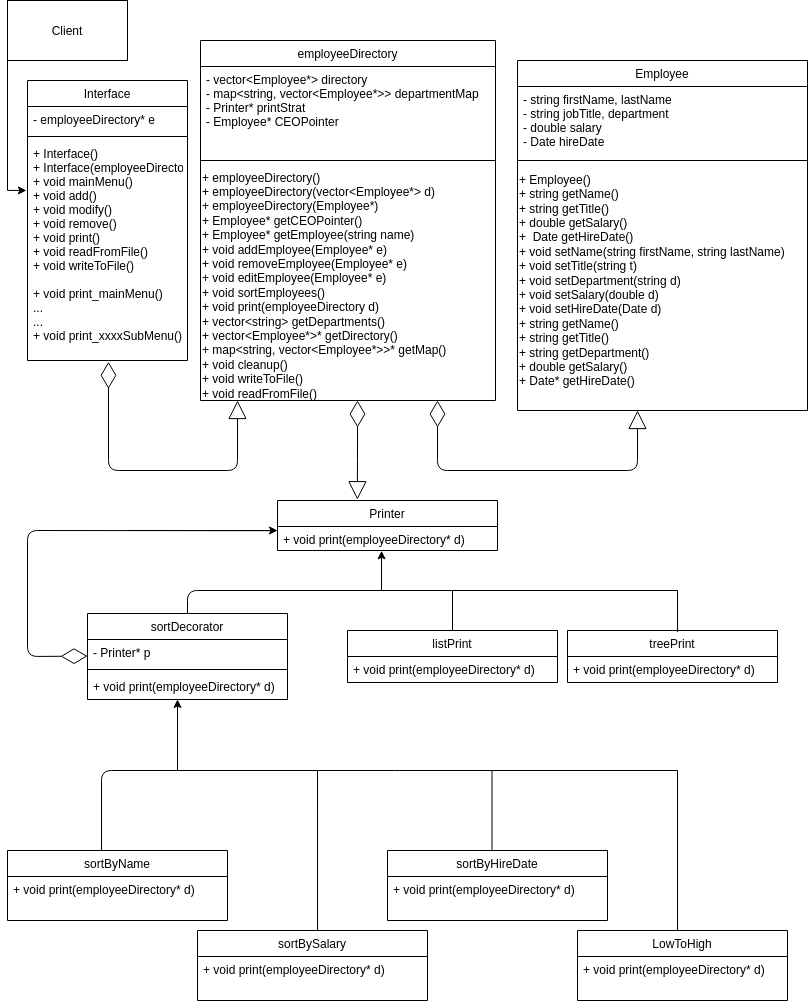
davids598/EmployeeDirectoryProgram keeps this draw.io diagram as images/final_diagram.png. Above is the earlier version. Source tidied: cells renumbered, new cells last; positions are measured from the earlier drawing's top-left corner, leaving out a move shared by most shapes.
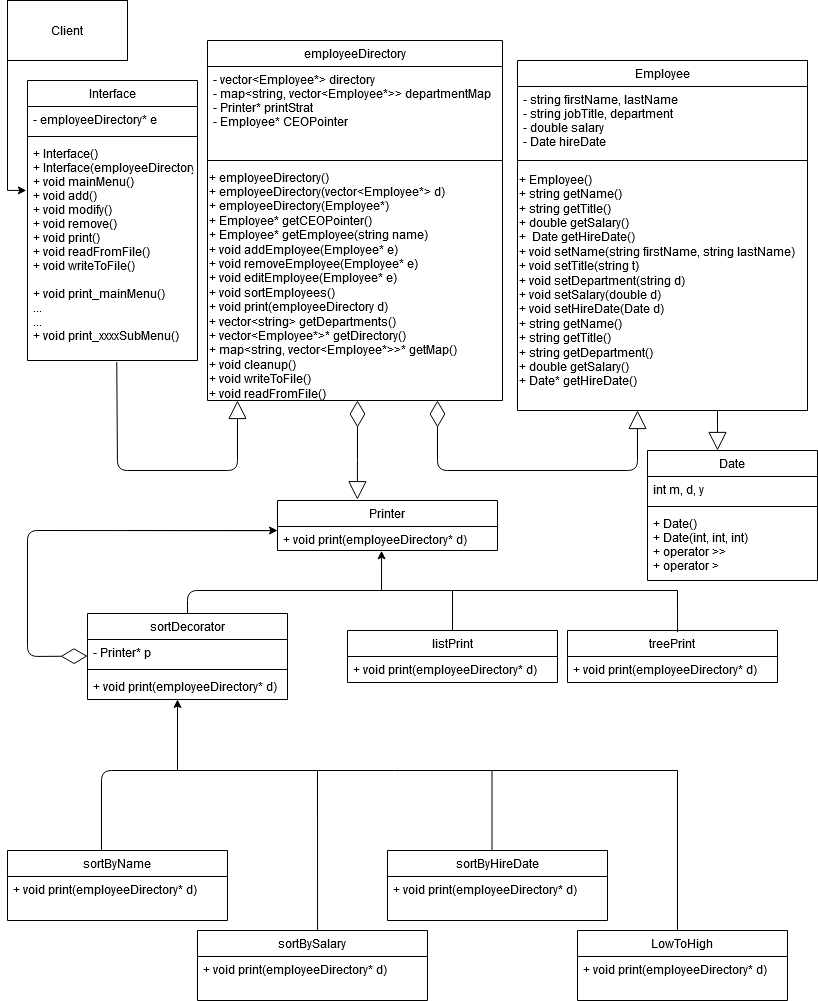
Later version of the same file.

Commit message:
updated class diagram

The edit, as a diff of the source:
```diff
@@ -14,6 +14,12 @@
     <mxCell id="5" value="&lt;div&gt;+ Employee()&lt;/div&gt;&lt;div&gt;+ string getName()&lt;/div&gt;&lt;div align=&quot;left&quot;&gt;+ string getTitle()&lt;/div&gt;&lt;div align=&quot;left&quot;&gt;+ double getSalary()&lt;/div&gt;&lt;div align=&quot;left&quot;&gt;+&amp;nbsp; Date getHireDate()&lt;br&gt;&lt;/div&gt;&lt;div align=&quot;left&quot;&gt;+ void setName(string firstName, string lastName)&lt;br&gt;&lt;/div&gt;&lt;div align=&quot;left&quot;&gt;+ void setTitle(string t)&lt;/div&gt;&lt;div align=&quot;left&quot;&gt;+ void setDepartment(string d)&lt;br&gt;&lt;/div&gt;&lt;div align=&quot;left&quot;&gt;+ void setSalary(double d)&lt;/div&gt;&lt;div align=&quot;left&quot;&gt;+ void setHireDate(Date d) &lt;br&gt;&lt;/div&gt;&lt;div align=&quot;left&quot;&gt;+ string getName()&lt;/div&gt;&lt;div align=&quot;left&quot;&gt;+ string getTitle()&lt;/div&gt;&lt;div align=&quot;left&quot;&gt;+ string getDepartment()&lt;/div&gt;&lt;div align=&quot;left&quot;&gt;+ double getSalary()&lt;/div&gt;&lt;div align=&quot;left&quot;&gt;+ Date* getHireDate()&lt;br&gt;&lt;/div&gt;" style="text;html=1;align=left;verticalAlign=middle;" parent="2" vertex="1">
       <mxGeometry y="110" width="290" height="220" as="geometry" />
     </mxCell>
+    <mxCell id="51" style="endArrow=block;endSize=16;endFill=0;html=1;entryX=0.412;entryY=0;entryDx=0;entryDy=0;entryPerimeter=0;" parent="2" edge="1" target="52">
+      <mxGeometry x="0.12" y="-25" relative="1" as="geometry">
+        <mxPoint x="200" y="350" as="sourcePoint" />
+        <mxPoint y="1" as="offset" />
+      </mxGeometry>
+    </mxCell>
     <mxCell id="6" value="LowToHigh" style="swimlane;fontStyle=0;align=center;verticalAlign=top;horizontal=1;startSize=26;rounded=0;shadow=0;strokeWidth=1;" parent="1" vertex="1">
       <mxGeometry x="570" y="930" width="210" height="70" as="geometry" />
     </mxCell>
@@ -21,7 +27,7 @@
       <mxGeometry y="26" width="210" height="26" as="geometry" />
     </mxCell>
     <mxCell id="8" value="employeeDirectory" style="swimlane;fontStyle=0;align=center;verticalAlign=top;horizontal=1;startSize=26;rounded=0;shadow=0;strokeWidth=1;" parent="1" vertex="1">
-      <mxGeometry x="193" y="40" width="295" height="360" as="geometry" />
+      <mxGeometry x="200" y="40" width="295" height="360" as="geometry" />
     </mxCell>
     <mxCell id="9" value="- vector&lt;Employee*&gt; directory&#10;- map&lt;string, vector&lt;Employee*&gt;&gt; departmentMap&#10;- Printer* printStrat&#10;- Employee* CEOPointer&#10;&#10;" style="text;align=left;verticalAlign=top;spacingLeft=4;spacingRight=4;overflow=hidden;" parent="8" vertex="1">
       <mxGeometry y="26" width="295" height="84" as="geometry" />
@@ -144,16 +150,16 @@
       </mxGeometry>
     </mxCell>
     <mxCell id="36" value="Interface" style="swimlane;fontStyle=0;align=center;verticalAlign=top;horizontal=1;startSize=26;" parent="1" vertex="1">
-      <mxGeometry x="20" y="80" width="160" height="280" as="geometry" />
+      <mxGeometry x="20" y="80" width="170" height="280" as="geometry" />
     </mxCell>
     <mxCell id="37" value="- employeeDirectory* e" style="text;strokeColor=none;fillColor=none;align=left;verticalAlign=top;spacingLeft=4;spacingRight=4;overflow=hidden;" parent="36" vertex="1">
-      <mxGeometry y="26" width="160" height="26" as="geometry" />
+      <mxGeometry y="26" width="170" height="26" as="geometry" />
     </mxCell>
     <mxCell id="38" style="line;strokeWidth=1;fillColor=none;align=left;verticalAlign=middle;spacingTop=-1;spacingLeft=3;spacingRight=3;labelPosition=right;" parent="36" vertex="1">
-      <mxGeometry y="52" width="160" height="8" as="geometry" />
+      <mxGeometry y="52" width="170" height="8" as="geometry" />
     </mxCell>
     <mxCell id="39" value="+ Interface()&#10;+ Interface(employeeDirectory*)&#10;+ void mainMenu()&#10;+ void add()&#10;+ void modify()&#10;+ void remove()&#10;+ void print()&#10;+ void readFromFile()&#10;+ void writeToFile()&#10;&#10;+ void print_mainMenu()&#10;...&#10;...&#10;+ void print_xxxxSubMenu()" style="text;strokeColor=none;fillColor=none;align=left;verticalAlign=top;spacingLeft=4;spacingRight=4;overflow=hidden;points=[[0,0.5],[1,0.5]];portConstraint=eastwest;" parent="36" vertex="1">
-      <mxGeometry y="60" width="160" height="220" as="geometry" />
+      <mxGeometry y="60" width="170" height="220" as="geometry" />
     </mxCell>
     <mxCell id="40" style="endArrow=block;endSize=16;endFill=0;html=1;" parent="1" edge="1">
       <mxGeometry x="-0.04" y="-40" relative="1" as="geometry">
@@ -203,21 +209,27 @@
     <mxCell id="48" value="+ void print(employeeDirectory* d)" style="text;strokeColor=none;fillColor=none;align=left;verticalAlign=top;spacingLeft=4;spacingRight=4;overflow=hidden;" parent="45" vertex="1">
       <mxGeometry y="60" width="200" height="26" as="geometry" />
     </mxCell>
-    <mxCell id="49" style="endArrow=diamondThin;endFill=0;endSize=24;html=1;entryX=0.506;entryY=1.006;entryDx=0;entryDy=0;entryPerimeter=0;" parent="1" edge="1" target="39">
-      <mxGeometry relative="1" as="geometry">
-        <mxPoint x="230" y="430" as="sourcePoint" />
-        <Array as="points">
-          <mxPoint x="230" y="470" />
-          <mxPoint x="101" y="470" />
-        </Array>
-      </mxGeometry>
-    </mxCell>
-    <mxCell id="50" style="endArrow=block;endSize=16;endFill=0;html=1;" parent="1" edge="1">
+    <mxCell id="50" style="endArrow=block;endSize=16;endFill=0;html=1;exitX=0.525;exitY=1.007;exitDx=0;exitDy=0;exitPerimeter=0;" parent="1" edge="1" source="39">
       <mxGeometry x="0.12" y="-25" relative="1" as="geometry">
-        <mxPoint x="230" y="450" as="sourcePoint" />
         <mxPoint x="230" y="400" as="targetPoint" />
+        <Array as="points">
+          <mxPoint x="110" y="470" />
+          <mxPoint x="230" y="470" />
+        </Array>
         <mxPoint y="1" as="offset" />
       </mxGeometry>
     </mxCell>
+    <mxCell id="52" value="Date" style="swimlane;fontStyle=0;align=center;verticalAlign=top;horizontal=1;startSize=26;" parent="1" vertex="1">
+      <mxGeometry x="640" y="450" width="170" height="130" as="geometry" />
+    </mxCell>
+    <mxCell id="53" value="int m, d, y" style="text;strokeColor=none;fillColor=none;align=left;verticalAlign=top;spacingLeft=4;spacingRight=4;overflow=hidden;" parent="52" vertex="1">
+      <mxGeometry y="26" width="170" height="26" as="geometry" />
+    </mxCell>
+    <mxCell id="54" style="line;strokeWidth=1;fillColor=none;align=left;verticalAlign=middle;spacingTop=-1;spacingLeft=3;spacingRight=3;labelPosition=right;" parent="52" vertex="1">
+      <mxGeometry y="52" width="170" height="8" as="geometry" />
+    </mxCell>
+    <mxCell id="55" value="+ Date()&#10;+ Date(int, int, int)&#10;+ operator &gt;&gt;&#10;+ operator &gt;&#10;" style="text;strokeColor=none;fillColor=none;align=left;verticalAlign=top;spacingLeft=4;spacingRight=4;overflow=hidden;" parent="52" vertex="1">
+      <mxGeometry y="60" width="170" height="70" as="geometry" />
+    </mxCell>
   </root>
 </mxGraphModel>
```
